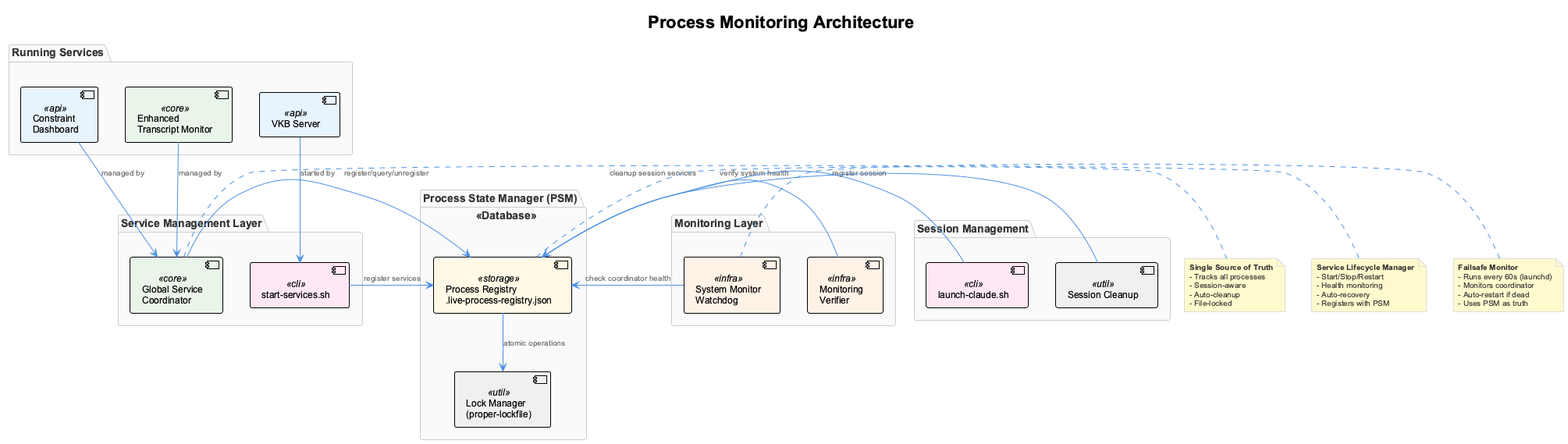
The PlantUML diagram docs/images/monitoring-architecture.png in davidraehles/agentic-coding-framework, before a commit.
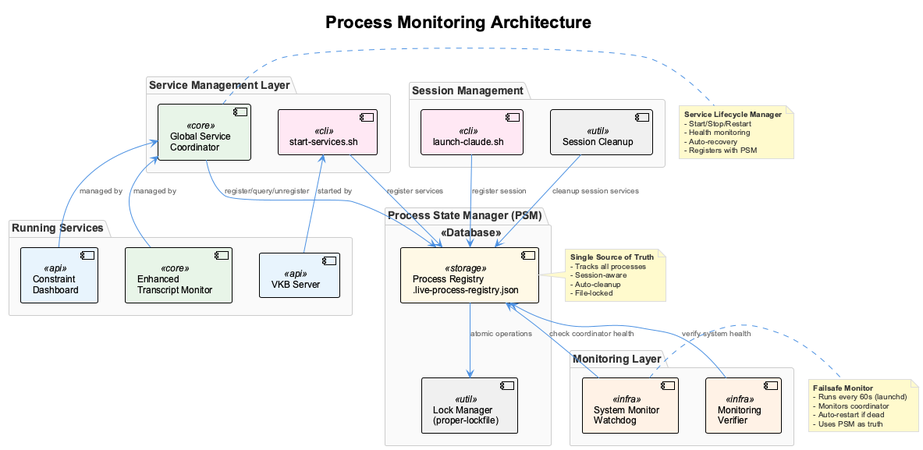
Later version of the same file.

The edit, as a diff of the source:
```diff
@@ -2,6 +2,18 @@
 !include _standard-style.puml
 
 title Process Monitoring Architecture
+
+top to bottom direction
+
+package "Session Management" {
+  component [launch-claude.sh] as LaunchClaude <<cli>>
+  component [Session Cleanup] as Cleanup <<util>>
+}
+
+package "Service Management Layer" {
+  component [Global Service\nCoordinator] as Coordinator <<core>>
+  component [start-services.sh] as StartScript <<cli>>
+}
 
 package "Process State Manager (PSM)" <<Database>> {
   component [Process Registry\n.live-process-registry.json] as PSM_Registry <<storage>>
@@ -10,39 +22,28 @@
   PSM_Registry -down-> Lock : atomic operations
 }
 
-package "Service Management Layer" {
-  component [Global Service\nCoordinator] as Coordinator <<core>>
-  component [start-services.sh] as StartScript <<cli>>
-
-  Coordinator -> PSM_Registry : register/query/unregister
-  StartScript -> PSM_Registry : register services
-}
-
 package "Monitoring Layer" {
   component [System Monitor\nWatchdog] as Watchdog <<infra>>
   component [Monitoring\nVerifier] as Verifier <<infra>>
-
-  Watchdog -> PSM_Registry : check coordinator health
-  Verifier -> PSM_Registry : verify system health
-}
-
-package "Session Management" {
-  component [launch-claude.sh] as LaunchClaude <<cli>>
-  component [Session Cleanup] as Cleanup <<util>>
-
-  LaunchClaude -> PSM_Registry : register session
-  Cleanup -> PSM_Registry : cleanup session services
 }
 
 package "Running Services" {
   component [Constraint\nDashboard] as Dashboard <<api>>
   component [Enhanced\nTranscript Monitor] as TranscriptMon <<core>>
   component [VKB Server] as VKB <<api>>
+}
 
-  Dashboard -> Coordinator : managed by
-  TranscriptMon -> Coordinator : managed by
-  VKB --> StartScript : started by
-}
+LaunchClaude -down-> PSM_Registry : register session
+Cleanup -down-> PSM_Registry : cleanup session services
+Coordinator -down-> PSM_Registry : register/query/unregister
+StartScript -down-> PSM_Registry : register services
+
+Watchdog -up-> PSM_Registry : check coordinator health
+Verifier -up-> PSM_Registry : verify system health
+
+Dashboard -up-> Coordinator : managed by
+TranscriptMon -up-> Coordinator : managed by
+VKB -up-> StartScript : started by
 
 note right of PSM_Registry
   **Single Source of Truth**
```
